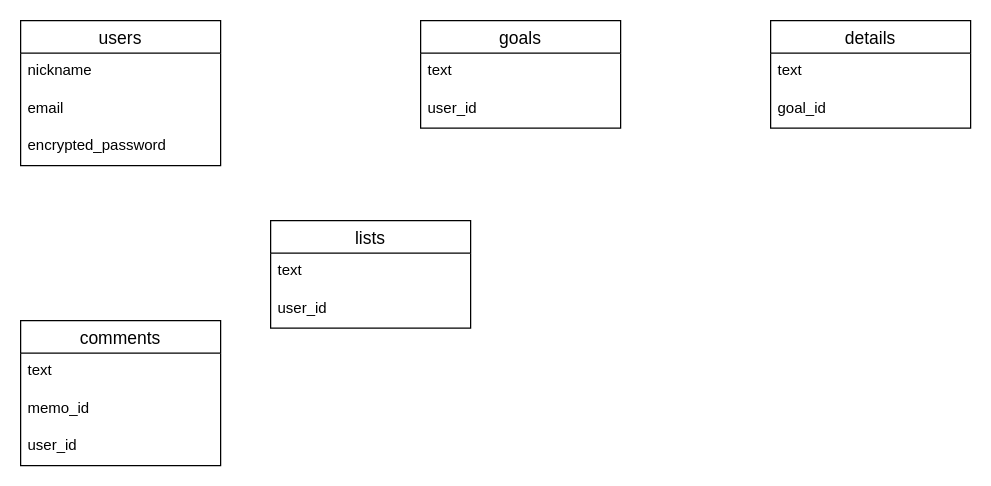
Above: goals_app.dio in minama003/goal-app (draw.io), before the change. Source tidied: cells renumbered, new cells numbered last; positions are measured from the earlier drawing's top-left corner, leaving out a move shared by most shapes. Both pictures are drawn from the tidied source at 125%, with x=0, y=0 at pixel (20, 20).
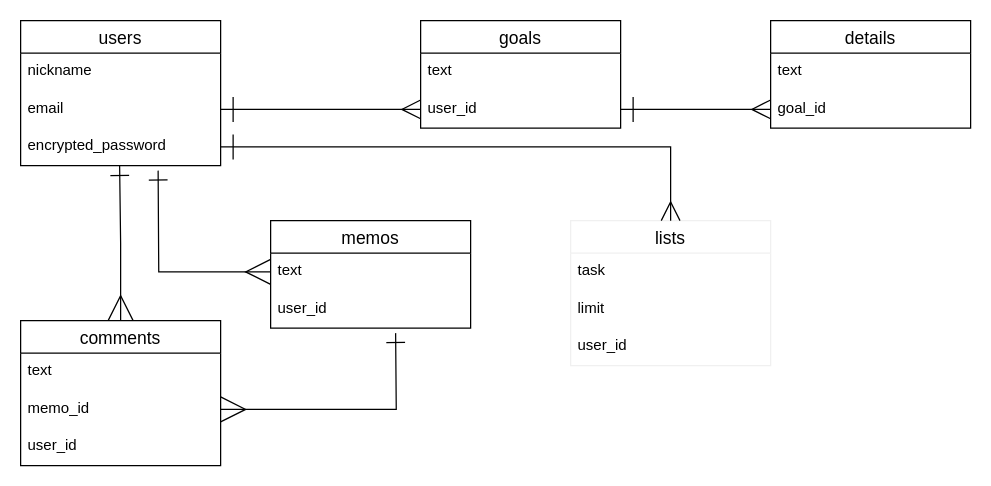
The same diagram, later.

Unchanged cells that the change refers to:
```xml
<mxCell id="2" value="users" style="swimlane;fontStyle=0;horizontal=1;startSize=26;align=center;fontSize=14;" parent="1" vertex="1">
  <mxGeometry width="160" height="116" as="geometry" />
</mxCell>
<mxCell id="5" value="encrypted_password&#10;" style="text;strokeColor=none;fillColor=none;spacingLeft=4;spacingRight=4;overflow=hidden;points=[[0,0.5],[1,0.5]];portConstraint=eastwest;fontSize=12;" parent="2" vertex="1">
  <mxGeometry y="86" width="160" height="30" as="geometry" />
</mxCell>
<mxCell id="8" value="user_id" style="text;strokeColor=none;fillColor=none;spacingLeft=4;spacingRight=4;overflow=hidden;points=[[0,0.5],[1,0.5]];portConstraint=eastwest;fontSize=12;" parent="6" vertex="1">
  <mxGeometry y="56" width="160" height="30" as="geometry" />
</mxCell>
<mxCell id="11" value="goal_id" style="text;strokeColor=none;fillColor=none;spacingLeft=4;spacingRight=4;overflow=hidden;points=[[0,0.5],[1,0.5]];portConstraint=eastwest;fontSize=12;" parent="9" vertex="1">
  <mxGeometry y="56" width="160" height="30" as="geometry" />
</mxCell>
<mxCell id="13" value="text" style="text;strokeColor=none;fillColor=none;spacingLeft=4;spacingRight=4;overflow=hidden;points=[[0,0.5],[1,0.5]];portConstraint=eastwest;fontSize=12;" parent="12" vertex="1">
  <mxGeometry y="26" width="160" height="30" as="geometry" />
</mxCell>
<mxCell id="15" value="comments" style="swimlane;fontStyle=0;horizontal=1;startSize=26;align=center;fontSize=14;" parent="1" vertex="1">
  <mxGeometry y="240" width="160" height="116" as="geometry" />
</mxCell>
<mxCell id="17" value="memo_id" style="text;strokeColor=none;fillColor=none;spacingLeft=4;spacingRight=4;overflow=hidden;points=[[0,0.5],[1,0.5]];portConstraint=eastwest;fontSize=12;" parent="15" vertex="1">
  <mxGeometry y="56" width="160" height="30" as="geometry" />
</mxCell>
```

What changed in the source:
```diff
@@
-    <mxCell id="4" value="email" style="text;strokeColor=none;fillColor=none;spacingLeft=4;spacingRight=4;overflow=hidden;points=[[0,0.5],[1,0.5]];portConstraint=eastwest;fontSize=12;" parent="2" vertex="1">
+    <mxCell id="4" value="email" style="text;spacingLeft=4;spacingRight=4;overflow=hidden;points=[[0,0.5],[1,0.5]];portConstraint=eastwest;fontSize=12;" parent="2" vertex="1">
       <mxGeometry y="56" width="160" height="30" as="geometry" />
     </mxCell>
@@
-    <mxCell id="12" value="lists" style="swimlane;fontStyle=0;horizontal=1;startSize=26;align=center;fontSize=14;" parent="1" vertex="1">
+    <mxCell id="12" value="memos" style="swimlane;fontStyle=0;horizontal=1;startSize=26;align=center;fontSize=14;" parent="1" vertex="1">
       <mxGeometry x="200" y="160" width="160" height="86" as="geometry" />
     </mxCell>
@@
+    <mxCell id="19" style="edgeStyle=orthogonalEdgeStyle;rounded=0;jettySize=auto;html=1;exitX=0.5;exitY=0;exitDx=0;exitDy=0;entryX=0.495;entryY=1.011;entryDx=0;entryDy=0;entryPerimeter=0;startArrow=ERmany;startFill=0;startSize=18;endArrow=ERone;endFill=0;endSize=13;" parent="1" edge="1" source="15" target="5">
+      <mxGeometry relative="1" as="geometry" />
+    </mxCell>
@@
+    <mxCell id="20" style="edgeStyle=orthogonalEdgeStyle;rounded=0;jettySize=auto;html=1;exitX=1;exitY=0.5;exitDx=0;exitDy=0;entryX=0;entryY=0.5;entryDx=0;entryDy=0;startArrow=ERone;startFill=0;endArrow=ERmany;endFill=0;endSize=13;startSize=18;" parent="1" edge="1" source="4" target="8">
+      <mxGeometry relative="1" as="geometry" />
+    </mxCell>
+    <mxCell id="21" style="edgeStyle=orthogonalEdgeStyle;rounded=0;jettySize=auto;html=1;exitX=1;exitY=0.5;exitDx=0;exitDy=0;entryX=0;entryY=0.5;entryDx=0;entryDy=0;startArrow=ERone;startFill=0;startSize=18;endArrow=ERmany;endFill=0;endSize=13;" parent="1" edge="1" source="8" target="11">
+      <mxGeometry relative="1" as="geometry" />
+    </mxCell>
+    <mxCell id="22" style="edgeStyle=orthogonalEdgeStyle;rounded=0;jettySize=auto;html=1;exitX=0;exitY=0.5;exitDx=0;exitDy=0;startArrow=ERmany;startFill=0;startSize=18;endArrow=ERone;endFill=0;endSize=13;" parent="1" edge="1" source="13">
+      <mxGeometry relative="1" as="geometry">
+        <mxPoint x="110" y="120" as="targetPoint" />
+      </mxGeometry>
+    </mxCell>
+    <mxCell id="23" style="edgeStyle=orthogonalEdgeStyle;rounded=0;jettySize=auto;html=1;exitX=1;exitY=0.5;exitDx=0;exitDy=0;startArrow=ERmany;startFill=0;startSize=18;endArrow=ERone;endFill=0;endSize=13;" parent="1" edge="1" source="17">
+      <mxGeometry relative="1" as="geometry">
+        <mxPoint x="300" y="250" as="targetPoint" />
+      </mxGeometry>
+    </mxCell>
+    <mxCell id="24" value="lists" style="swimlane;fontStyle=0;horizontal=1;startSize=26;align=center;fontSize=14;strokeColor=#f0f0f0;" parent="1" vertex="1">
+      <mxGeometry x="440" y="160" width="160" height="116" as="geometry" />
+    </mxCell>
+    <mxCell id="25" value="task" style="text;strokeColor=none;fillColor=none;spacingLeft=4;spacingRight=4;overflow=hidden;fontSize=12;" parent="24" vertex="1">
+      <mxGeometry y="26" width="160" height="30" as="geometry" />
+    </mxCell>
+    <mxCell id="26" value="limit" style="text;strokeColor=none;fillColor=none;spacingLeft=4;spacingRight=4;overflow=hidden;fontSize=12;" parent="24" vertex="1">
+      <mxGeometry y="56" width="160" height="30" as="geometry" />
+    </mxCell>
+    <mxCell id="27" value="user_id" style="text;strokeColor=none;fillColor=none;spacingLeft=4;spacingRight=4;overflow=hidden;fontSize=12;" parent="24" vertex="1">
+      <mxGeometry y="86" width="160" height="30" as="geometry" />
+    </mxCell>
+    <mxCell id="28" style="edgeStyle=orthogonalEdgeStyle;rounded=0;jettySize=auto;html=1;exitX=1;exitY=0.5;exitDx=0;exitDy=0;entryX=0.5;entryY=0;entryDx=0;entryDy=0;startArrow=ERone;startFill=0;startSize=18;endArrow=ERmany;endFill=0;endSize=13;" parent="1" edge="1" source="5" target="24">
+      <mxGeometry relative="1" as="geometry" />
+    </mxCell>
```
